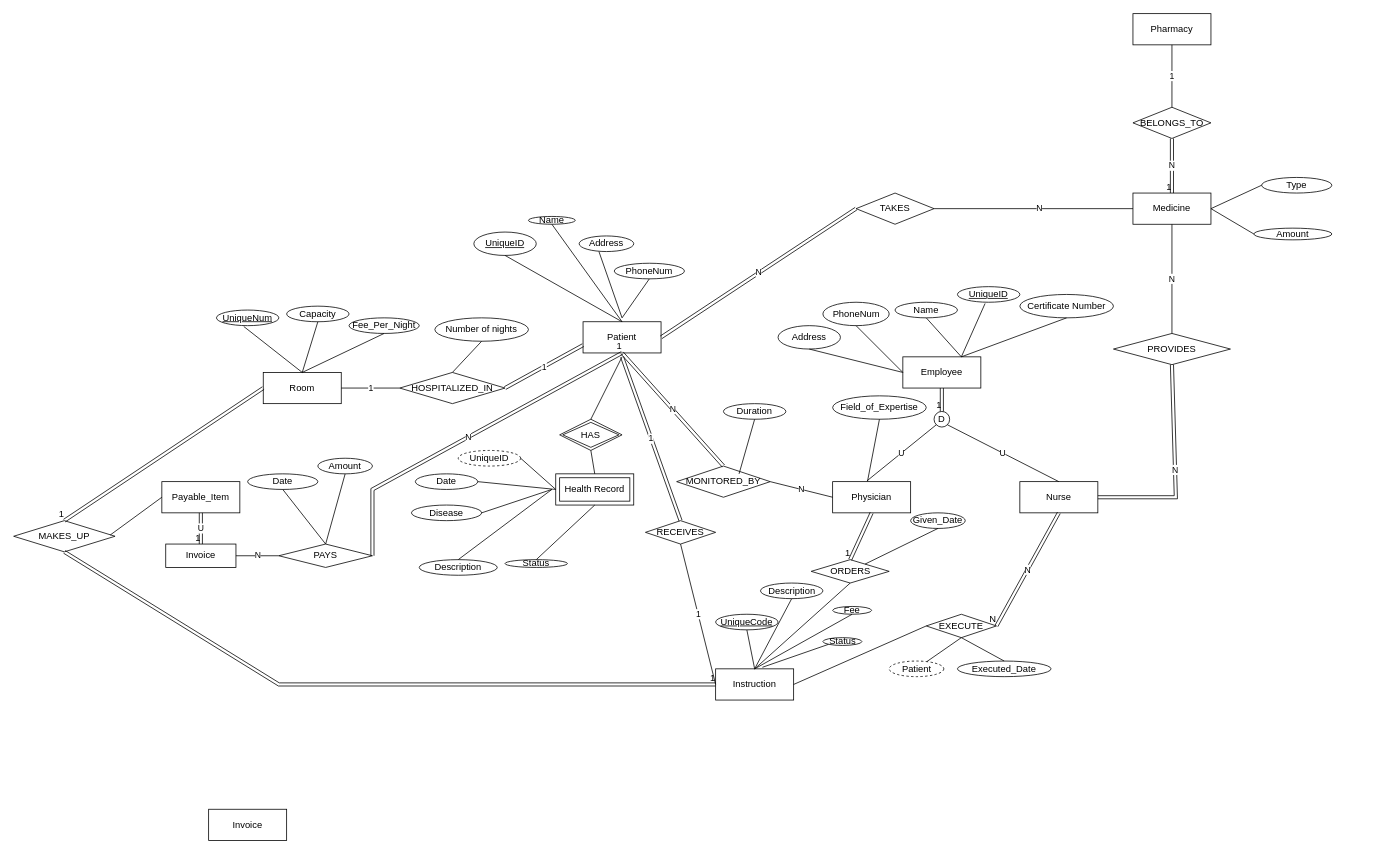
Above: Project Diagram.drawio in saiaungkyawmaw/ER-diagram_DatabaseClass (draw.io), before the change. Source tidied: cells renumbered, new cells numbered last; positions are measured from the earlier drawing's top-left corner, leaving out a move shared by most shapes. Both pictures are drawn from the tidied source at 78%, with x=0, y=0 at pixel (13, 13).
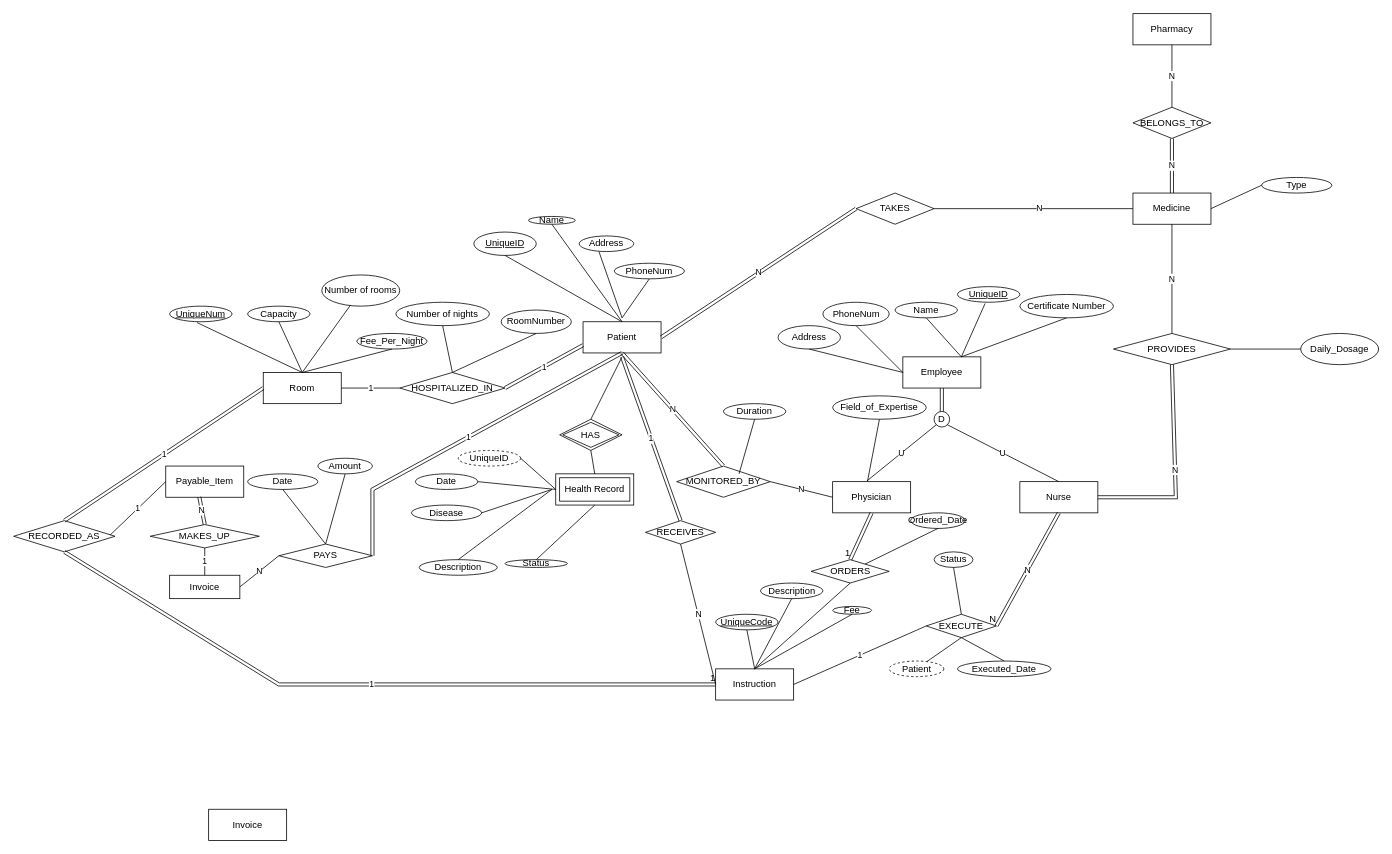
Above is the later version.

The change refers to these unchanged cells:
```xml
<mxCell id="2" value="Room" style="whiteSpace=wrap;html=1;align=center;" parent="1" vertex="1">
  <mxGeometry x="320" y="460" width="100" height="40" as="geometry" />
</mxCell>
<mxCell id="3" value="Patient" style="whiteSpace=wrap;html=1;align=center;" parent="1" vertex="1">
  <mxGeometry x="730" y="395" width="100" height="40" as="geometry" />
</mxCell>
<mxCell id="8" value="HOSPITALIZED_IN" style="shape=rhombus;perimeter=rhombusPerimeter;whiteSpace=wrap;html=1;align=center;" parent="1" vertex="1">
  <mxGeometry x="495" y="460" width="135" height="40" as="geometry" />
</mxCell>
<mxCell id="11" value="Instruction" style="whiteSpace=wrap;html=1;align=center;fontStyle=0;" parent="1" vertex="1">
  <mxGeometry x="900" y="840" width="100" height="40" as="geometry" />
</mxCell>
<mxCell id="13" value="EXECUTE" style="shape=rhombus;perimeter=rhombusPerimeter;whiteSpace=wrap;html=1;align=center;" parent="1" vertex="1">
  <mxGeometry x="1170" y="770" width="90" height="30" as="geometry" />
</mxCell>
<mxCell id="15" value="RECEIVES" style="shape=rhombus;perimeter=rhombusPerimeter;whiteSpace=wrap;html=1;align=center;" parent="1" vertex="1">
  <mxGeometry x="810" y="650" width="90" height="30" as="geometry" />
</mxCell>
<mxCell id="18" style="shape=link;html=1;rounded=0;exitX=0.5;exitY=1;exitDx=0;exitDy=0;entryX=0.5;entryY=0;entryDx=0;entryDy=0;" parent="1" edge="1" source="4" target="16">
  <mxGeometry relative="1" as="geometry" />
</mxCell>
<mxCell id="89" value="PROVIDES" style="shape=rhombus;perimeter=rhombusPerimeter;whiteSpace=wrap;html=1;align=center;" parent="1" vertex="1">
  <mxGeometry x="1410" y="410" width="150" height="40" as="geometry" />
</mxCell>
<mxCell id="91" value="Medicine" style="whiteSpace=wrap;html=1;align=center;" parent="1" vertex="1">
  <mxGeometry x="1435" y="230" width="100" height="40" as="geometry" />
</mxCell>
<mxCell id="92" value="Pharmacy" style="whiteSpace=wrap;html=1;align=center;" parent="1" vertex="1">
  <mxGeometry x="1435" width="100" height="40" as="geometry" />
</mxCell>
<mxCell id="93" value="BELONGS_TO" style="shape=rhombus;perimeter=rhombusPerimeter;whiteSpace=wrap;html=1;align=center;" parent="1" vertex="1">
  <mxGeometry x="1435" y="120" width="100" height="40" as="geometry" />
</mxCell>
<mxCell id="95" value="N" style="shape=link;html=1;rounded=0;exitX=0.5;exitY=1;exitDx=0;exitDy=0;entryX=0.5;entryY=0;entryDx=0;entryDy=0;" parent="1" edge="1" source="93" target="91">
  <mxGeometry relative="1" as="geometry" />
</mxCell>
<mxCell id="107" value="PAYS" style="shape=rhombus;perimeter=rhombusPerimeter;whiteSpace=wrap;html=1;align=center;" parent="1" vertex="1">
  <mxGeometry x="340" y="680" width="120" height="30" as="geometry" />
</mxCell>
```

Change to the diagram source:
```diff
@@
     <mxCell id="5" value="Payable_Item" style="whiteSpace=wrap;html=1;align=center;" parent="1" vertex="1">
-      <mxGeometry x="190" y="600" width="100" height="40" as="geometry" />
+      <mxGeometry x="195" y="580" width="100" height="40" as="geometry" />
     </mxCell>
@@
-    <mxCell id="19" value="1" style="html=1;align=right;verticalAlign=bottom;" parent="18" vertex="1">
-      <mxGeometry x="1" relative="1" as="geometry" />
-    </mxCell>
@@
-    <mxCell id="28" value="1" style="endArrow=none;html=1;rounded=0;exitX=0.5;exitY=1;exitDx=0;exitDy=0;entryX=0;entryY=0.5;entryDx=0;entryDy=0;" parent="1" edge="1" source="15" target="11">
+    <mxCell id="28" value="N" style="endArrow=none;html=1;rounded=0;exitX=0.5;exitY=1;exitDx=0;exitDy=0;entryX=0;entryY=0.5;entryDx=0;entryDy=0;" parent="1" edge="1" source="15" target="11">
       <mxGeometry relative="1" as="geometry" />
     </mxCell>
@@
-    <mxCell id="31" style="endArrow=none;html=1;rounded=0;exitX=1;exitY=0.5;exitDx=0;exitDy=0;entryX=0;entryY=0.5;entryDx=0;entryDy=0;" parent="1" edge="1" source="11" target="13">
+    <mxCell id="31" value="1" style="endArrow=none;html=1;rounded=0;exitX=1;exitY=0.5;exitDx=0;exitDy=0;entryX=0;entryY=0.5;entryDx=0;entryDy=0;" parent="1" edge="1" source="11" target="13">
       <mxGeometry relative="1" as="geometry" />
     </mxCell>
@@
     <mxCell id="58" value="UniqueNum" style="ellipse;whiteSpace=wrap;html=1;align=center;fontStyle=4;" parent="1" vertex="1">
-      <mxGeometry x="260" y="380" width="80" height="20" as="geometry" />
+      <mxGeometry x="200" y="375" width="80" height="20" as="geometry" />
     </mxCell>
     <mxCell id="59" value="Fee_Per_Night" style="ellipse;whiteSpace=wrap;html=1;align=center;" parent="1" vertex="1">
-      <mxGeometry x="430" y="390" width="90" height="20" as="geometry" />
+      <mxGeometry x="440" y="410" width="90" height="20" as="geometry" />
     </mxCell>
     <mxCell id="60" value="Capacity" style="ellipse;whiteSpace=wrap;html=1;align=center;" parent="1" vertex="1">
-      <mxGeometry x="350" y="375" width="80" height="20" as="geometry" />
+      <mxGeometry x="300" y="375" width="80" height="20" as="geometry" />
     </mxCell>
@@
-    <mxCell id="70" value="Given_Date" style="ellipse;whiteSpace=wrap;html=1;align=center;" parent="1" vertex="1">
+    <mxCell id="70" value="Ordered_Date" style="ellipse;whiteSpace=wrap;html=1;align=center;" parent="1" vertex="1">
       <mxGeometry x="1150" y="640" width="70" height="20" as="geometry" />
     </mxCell>
@@
     <mxCell id="72" value="Status" style="ellipse;whiteSpace=wrap;html=1;align=center;" parent="1" vertex="1">
-      <mxGeometry x="1037.5" y="800" width="50" height="10" as="geometry" />
+      <mxGeometry x="1180" y="690" width="50" height="20" as="geometry" />
     </mxCell>
-    <mxCell id="73" style="endArrow=none;html=1;rounded=0;entryX=0;entryY=1;entryDx=0;entryDy=0;" parent="1" edge="1" target="72">
-      <mxGeometry relative="1" as="geometry">
-        <mxPoint x="960" y="838" as="sourcePoint" />
-      </mxGeometry>
-    </mxCell>
@@
-    <mxCell id="96" value="1" style="html=1;align=right;verticalAlign=bottom;" parent="95" vertex="1">
-      <mxGeometry x="1" relative="1" as="geometry" />
-    </mxCell>
-    <mxCell id="97" value="1" style="endArrow=none;html=1;rounded=0;exitX=0.5;exitY=1;exitDx=0;exitDy=0;entryX=0.5;entryY=0;entryDx=0;entryDy=0;" parent="1" edge="1" source="92" target="93">
+    <mxCell id="97" value="N" style="endArrow=none;html=1;rounded=0;exitX=0.5;exitY=1;exitDx=0;exitDy=0;entryX=0.5;entryY=0;entryDx=0;entryDy=0;" parent="1" edge="1" source="92" target="93">
       <mxGeometry relative="1" as="geometry" />
     </mxCell>
-    <mxCell id="98" value="MAKES_UP" style="shape=rhombus;perimeter=rhombusPerimeter;whiteSpace=wrap;html=1;align=center;" parent="1" vertex="1">
+    <mxCell id="98" value="RECORDED_AS" style="shape=rhombus;perimeter=rhombusPerimeter;whiteSpace=wrap;html=1;align=center;" parent="1" vertex="1">
       <mxGeometry y="650" width="130" height="40" as="geometry" />
     </mxCell>
-    <mxCell id="99" style="shape=link;html=1;rounded=0;exitX=0.5;exitY=1;exitDx=0;exitDy=0;" parent="1" edge="1" source="98">
+    <mxCell id="99" value="1" style="shape=link;html=1;rounded=0;exitX=0.5;exitY=1;exitDx=0;exitDy=0;" parent="1" edge="1" source="98">
       <mxGeometry relative="1" as="geometry">
         <mxPoint x="900" y="860" as="targetPoint" />
         <Array as="points">
           <mxPoint x="340" y="860" />
         </Array>
       </mxGeometry>
     </mxCell>
@@
-    <mxCell id="101" style="shape=link;html=1;rounded=0;exitX=0;exitY=0.5;exitDx=0;exitDy=0;entryX=0.5;entryY=0;entryDx=0;entryDy=0;" parent="1" edge="1" source="2" target="98">
+    <mxCell id="101" value="1" style="shape=link;html=1;rounded=0;exitX=0;exitY=0.5;exitDx=0;exitDy=0;entryX=0.5;entryY=0;entryDx=0;entryDy=0;" parent="1" edge="1" source="2" target="98">
       <mxGeometry relative="1" as="geometry" />
     </mxCell>
-    <mxCell id="102" value="1" style="html=1;align=right;verticalAlign=bottom;" parent="101" vertex="1">
-      <mxGeometry x="1" relative="1" as="geometry" />
-    </mxCell>
     <mxCell id="103" value="Invoice" style="whiteSpace=wrap;html=1;align=center;" parent="1" vertex="1">
-      <mxGeometry x="195" y="680" width="90" height="30" as="geometry" />
+      <mxGeometry x="200" y="720" width="90" height="30" as="geometry" />
     </mxCell>
-    <mxCell id="104" style="endArrow=none;html=1;rounded=0;exitX=0.952;exitY=0.461;exitDx=0;exitDy=0;exitPerimeter=0;entryX=0;entryY=0.5;entryDx=0;entryDy=0;" parent="1" edge="1" source="98" target="5">
+    <mxCell id="104" value="1" style="endArrow=none;html=1;rounded=0;exitX=0.952;exitY=0.461;exitDx=0;exitDy=0;exitPerimeter=0;entryX=0;entryY=0.5;entryDx=0;entryDy=0;" parent="1" edge="1" source="98" target="5">
       <mxGeometry relative="1" as="geometry" />
     </mxCell>
-    <mxCell id="105" value="U" style="shape=link;html=1;rounded=0;exitX=0.5;exitY=1;exitDx=0;exitDy=0;" parent="1" edge="1" source="5" target="103">
-      <mxGeometry relative="1" as="geometry" />
-    </mxCell>
-    <mxCell id="106" value="1" style="html=1;align=right;verticalAlign=bottom;" parent="105" vertex="1">
-      <mxGeometry x="1" relative="1" as="geometry" />
-    </mxCell>
@@
-    <mxCell id="108" value="N" style="shape=link;html=1;rounded=0;entryX=0.5;entryY=1;entryDx=0;entryDy=0;exitX=1;exitY=0.5;exitDx=0;exitDy=0;" parent="1" edge="1" source="107" target="3">
+    <mxCell id="108" value="1" style="shape=link;html=1;rounded=0;entryX=0.5;entryY=1;entryDx=0;entryDy=0;exitX=1;exitY=0.5;exitDx=0;exitDy=0;" parent="1" edge="1" source="107" target="3">
       <mxGeometry relative="1" as="geometry">
         <Array as="points">
           <mxPoint x="460" y="610" />
         </Array>
       </mxGeometry>
     </mxCell>
-    <mxCell id="109" value="1" style="html=1;align=right;verticalAlign=bottom;" parent="108" vertex="1">
-      <mxGeometry x="1" relative="1" as="geometry" />
-    </mxCell>
@@
-    <mxCell id="111" value="Amount" style="ellipse;whiteSpace=wrap;html=1;align=center;" parent="1" vertex="1">
-      <mxGeometry x="1590" y="275" width="100" height="15" as="geometry" />
-    </mxCell>
@@
-    <mxCell id="114" style="endArrow=none;html=1;rounded=0;entryX=0;entryY=0.5;entryDx=0;entryDy=0;exitX=1;exitY=0.5;exitDx=0;exitDy=0;" parent="1" edge="1" source="91" target="111">
-      <mxGeometry relative="1" as="geometry" />
-    </mxCell>
     <mxCell id="115" value="Number of nights" style="ellipse;whiteSpace=wrap;html=1;align=center;" parent="1" vertex="1">
-      <mxGeometry x="540" y="390" width="120" height="30" as="geometry" />
+      <mxGeometry x="490" y="370" width="120" height="30" as="geometry" />
     </mxCell>
@@
+    <mxCell id="123" value="Number of rooms" style="ellipse;whiteSpace=wrap;html=1;align=center;" parent="1" vertex="1">
+      <mxGeometry x="395" y="335" width="100" height="40" as="geometry" />
+    </mxCell>
+    <mxCell id="124" style="endArrow=none;html=1;rounded=0;exitX=0.5;exitY=0;exitDx=0;exitDy=0;entryX=0.369;entryY=0.964;entryDx=0;entryDy=0;entryPerimeter=0;" parent="1" edge="1" source="2" target="123">
+      <mxGeometry relative="1" as="geometry" />
+    </mxCell>
+    <mxCell id="125" value="RoomNumber" style="ellipse;whiteSpace=wrap;html=1;align=center;" parent="1" vertex="1">
+      <mxGeometry x="625" y="380" width="90" height="30" as="geometry" />
+    </mxCell>
+    <mxCell id="126" style="endArrow=none;html=1;rounded=0;exitX=0.5;exitY=0;exitDx=0;exitDy=0;entryX=0.5;entryY=1;entryDx=0;entryDy=0;" parent="1" edge="1" source="8" target="125">
+      <mxGeometry relative="1" as="geometry" />
+    </mxCell>
+    <mxCell id="127" style="endArrow=none;html=1;rounded=0;entryX=0.5;entryY=1;entryDx=0;entryDy=0;exitX=0.5;exitY=0;exitDx=0;exitDy=0;" parent="1" edge="1" source="13" target="72">
+      <mxGeometry relative="1" as="geometry" />
+    </mxCell>
+    <mxCell id="128" value="Daily_Dosage" style="ellipse;whiteSpace=wrap;html=1;align=center;" parent="1" vertex="1">
+      <mxGeometry x="1650" y="410" width="100" height="40" as="geometry" />
+    </mxCell>
+    <mxCell id="129" style="endArrow=none;html=1;rounded=0;entryX=0;entryY=0.5;entryDx=0;entryDy=0;exitX=1;exitY=0.5;exitDx=0;exitDy=0;" parent="1" edge="1" source="89" target="128">
+      <mxGeometry relative="1" as="geometry" />
+    </mxCell>
+    <mxCell id="130" value="MAKES_UP" style="shape=rhombus;perimeter=rhombusPerimeter;whiteSpace=wrap;html=1;align=center;" parent="1" vertex="1">
+      <mxGeometry x="175" y="655" width="140" height="30" as="geometry" />
+    </mxCell>
+    <mxCell id="131" value="1" style="endArrow=none;html=1;rounded=0;exitX=0.5;exitY=0;exitDx=0;exitDy=0;entryX=0.5;entryY=1;entryDx=0;entryDy=0;" parent="1" edge="1" source="103" target="130">
+      <mxGeometry relative="1" as="geometry" />
+    </mxCell>
+    <mxCell id="132" value="N" style="shape=link;html=1;rounded=0;exitX=0.43;exitY=0.989;exitDx=0;exitDy=0;exitPerimeter=0;entryX=0.5;entryY=0;entryDx=0;entryDy=0;" parent="1" edge="1" source="5" target="130">
+      <mxGeometry relative="1" as="geometry" />
+    </mxCell>
```
